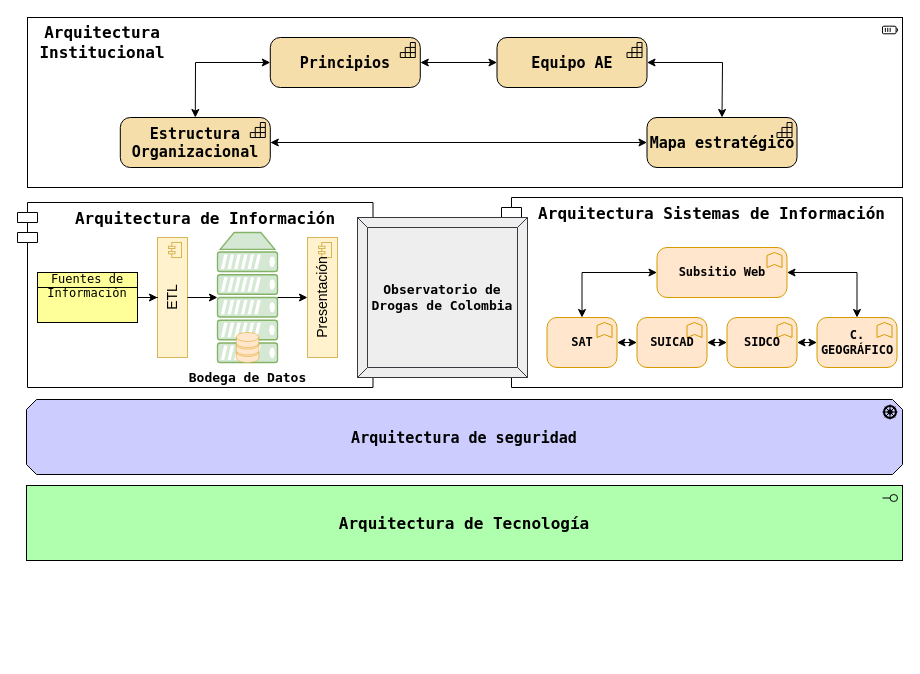
Above: Arq_TOBE.drawio in luisedchaf/Drawio (draw.io), before the change. Source tidied: cells renumbered, new cells numbered last; positions are measured from the earlier drawing's top-left corner, leaving out a move shared by most shapes. Both pictures are drawn from the tidied source at 100%, with x=0, y=0 at pixel (17, 17). Pictures stored in the file or linked from it are replaced by grey dashed boxes.
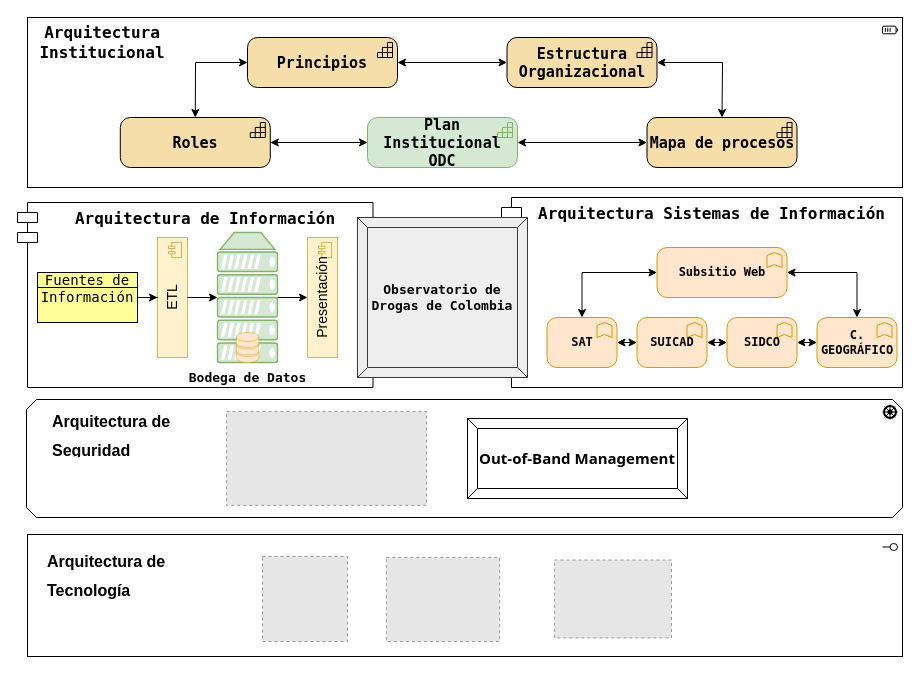
Above is the later version.

The change refers to these unchanged cells:
```xml
<mxCell id="3" style="group;" parent="1" vertex="1">
  <mxGeometry y="185" width="355.5" height="190" as="geometry" />
</mxCell>
```

The edit, as a diff of the source:
```diff
@@
+    <mxCell id="36" style="html=1;whiteSpace=wrap;fillColor=none;shape=mxgraph.archimate3.application;appType=resource;archiType=square;" parent="1" vertex="1">
+      <mxGeometry x="10" width="875" height="170" as="geometry" />
+    </mxCell>
@@
-    <mxCell id="13" value="Fuentes de Información" style="html=1;outlineConnect=0;whiteSpace=wrap;fillColor=#ffff99;shape=mxgraph.archimate3.businessObject;overflow=fill;fontFamily=Lucida Console;fontStyle=0;" parent="3" vertex="1">
+    <mxCell id="13" value="&lt;font style=&quot;font-size: 14px;&quot;&gt;Fuentes de Información&lt;/font&gt;" style="html=1;outlineConnect=0;whiteSpace=wrap;fillColor=#ffff99;shape=mxgraph.archimate3.businessObject;overflow=fill;fontFamily=Lucida Console;fontStyle=0;" parent="3" vertex="1">
       <mxGeometry x="20" y="70" width="100" height="50" as="geometry" />
     </mxCell>
@@
-    <mxCell id="26" value="Arquitectura de Tecnología" style="html=1;whiteSpace=wrap;fillColor=#AFFFAF;shape=mxgraph.archimate3.application;appType=interface;archiType=square;fontFamily=Lucida Console;fontSize=16;fontStyle=1;" parent="1" vertex="1">
-      <mxGeometry x="9" y="468" width="876" height="75" as="geometry" />
+    <mxCell id="26" style="html=1;whiteSpace=wrap;fillColor=none;shape=mxgraph.archimate3.application;appType=interface;archiType=square;fontFamily=Lucida Console;fontSize=16;fontStyle=1;" parent="1" vertex="1">
+      <mxGeometry x="10" y="517" width="875" height="122" as="geometry" />
     </mxCell>
-    <mxCell id="27" value="Arquitectura de seguridad" style="html=1;whiteSpace=wrap;fillColor=#CCCCFF;shape=mxgraph.archimate3.application;appType=driver;archiType=oct;fontSize=15;fontFamily=Lucida Console;fontStyle=1;" parent="1" vertex="1">
-      <mxGeometry x="9" y="382" width="876" height="75" as="geometry" />
+    <mxCell id="27" style="html=1;whiteSpace=wrap;fillColor=none;shape=mxgraph.archimate3.application;appType=driver;archiType=oct;fontSize=15;fontFamily=Lucida Console;fontStyle=1;" parent="1" vertex="1">
+      <mxGeometry x="9" y="382" width="876" height="118" as="geometry" />
     </mxCell>
-    <mxCell id="28" value="Estructura Organizacional" style="html=1;outlineConnect=0;whiteSpace=wrap;fillColor=#F5DEAA;shape=mxgraph.archimate3.application;appType=capability;archiType=rounded;fontSize=15;fontFamily=Lucida Console;fontStyle=1;" parent="1" vertex="1">
-      <mxGeometry x="102.8" y="100" width="150" height="50" as="geometry" />
-    </mxCell>
-    <mxCell id="29" value="Mapa estratégico" style="html=1;outlineConnect=0;whiteSpace=wrap;fillColor=#F5DEAA;shape=mxgraph.archimate3.application;appType=capability;archiType=rounded;fontSize=15;fontFamily=Lucida Console;fontStyle=1;" parent="1" vertex="1">
-      <mxGeometry x="629.5" y="100" width="150" height="50" as="geometry" />
-    </mxCell>
     <mxCell id="30" value="Principios" style="html=1;outlineConnect=0;whiteSpace=wrap;fillColor=#F5DEAA;shape=mxgraph.archimate3.application;appType=capability;archiType=rounded;fontSize=15;fontFamily=Lucida Console;fontStyle=1;" parent="1" vertex="1">
-      <mxGeometry x="252.8" y="20" width="150" height="50" as="geometry" />
+      <mxGeometry x="230" y="20" width="150" height="50" as="geometry" />
     </mxCell>
-    <mxCell id="31" value="Equipo AE" style="html=1;outlineConnect=0;whiteSpace=wrap;fillColor=#F5DEAA;shape=mxgraph.archimate3.application;appType=capability;archiType=rounded;fontSize=15;fontFamily=Lucida Console;fontStyle=1;" parent="1" vertex="1">
-      <mxGeometry x="479.5" y="20" width="150" height="50" as="geometry" />
-    </mxCell>
-    <mxCell id="32" style="endArrow=classic;startArrow=classic;html=1;rounded=0;entryX=0;entryY=0.5;entryDx=0;entryDy=0;entryPerimeter=0;exitX=0.5;exitY=0;exitDx=0;exitDy=0;exitPerimeter=0;" parent="1" edge="1" source="28" target="30">
+    <mxCell id="32" style="endArrow=classic;startArrow=classic;html=1;rounded=0;entryX=0;entryY=0.5;entryDx=0;entryDy=0;entryPerimeter=0;exitX=0.5;exitY=0;exitDx=0;exitDy=0;exitPerimeter=0;" parent="1" edge="1" target="30">
       <mxGeometry relative="1" as="geometry">
+        <mxPoint x="177.8" y="100" as="sourcePoint" />
         <Array as="points">
           <mxPoint x="178" y="45" />
         </Array>
       </mxGeometry>
     </mxCell>
-    <mxCell id="33" style="endArrow=classic;startArrow=classic;html=1;rounded=0;exitX=1;exitY=0.5;exitDx=0;exitDy=0;exitPerimeter=0;entryX=0;entryY=0.5;entryDx=0;entryDy=0;entryPerimeter=0;" parent="1" edge="1" source="28" target="29">
-      <mxGeometry relative="1" as="geometry" />
+    <mxCell id="33" style="endArrow=classic;startArrow=classic;html=1;rounded=0;exitX=1;exitY=0.5;exitDx=0;exitDy=0;exitPerimeter=0;entryX=0;entryY=0.5;entryDx=0;entryDy=0;entryPerimeter=0;" parent="1" edge="1">
+      <mxGeometry relative="1" as="geometry">
+        <mxPoint x="500" y="125" as="sourcePoint" />
+        <mxPoint x="629.5" y="125" as="targetPoint" />
+      </mxGeometry>
     </mxCell>
-    <mxCell id="34" style="endArrow=classic;startArrow=classic;html=1;rounded=0;entryX=0;entryY=0.5;entryDx=0;entryDy=0;entryPerimeter=0;exitX=1;exitY=0.5;exitDx=0;exitDy=0;exitPerimeter=0;" parent="1" edge="1" source="30" target="31">
-      <mxGeometry relative="1" as="geometry" />
+    <mxCell id="34" style="endArrow=classic;startArrow=classic;html=1;rounded=0;entryX=0;entryY=0.5;entryDx=0;entryDy=0;entryPerimeter=0;exitX=1;exitY=0.5;exitDx=0;exitDy=0;exitPerimeter=0;" parent="1" edge="1" source="30">
+      <mxGeometry relative="1" as="geometry">
+        <mxPoint x="489.5" y="45" as="targetPoint" />
+      </mxGeometry>
     </mxCell>
-    <mxCell id="35" style="endArrow=classic;startArrow=classic;html=1;rounded=0;entryX=1;entryY=0.5;entryDx=0;entryDy=0;entryPerimeter=0;exitX=0.5;exitY=0;exitDx=0;exitDy=0;exitPerimeter=0;" parent="1" edge="1" source="29" target="31">
+    <mxCell id="35" style="endArrow=classic;startArrow=classic;html=1;rounded=0;entryX=1;entryY=0.5;entryDx=0;entryDy=0;entryPerimeter=0;exitX=0.5;exitY=0;exitDx=0;exitDy=0;exitPerimeter=0;" parent="1" edge="1">
       <mxGeometry relative="1" as="geometry">
+        <mxPoint x="704.5" y="100" as="sourcePoint" />
+        <mxPoint x="639.5" y="45" as="targetPoint" />
         <Array as="points">
           <mxPoint x="705" y="45" />
         </Array>
       </mxGeometry>
     </mxCell>
-    <mxCell id="36" style="html=1;whiteSpace=wrap;fillColor=none;shape=mxgraph.archimate3.application;appType=resource;archiType=square;" parent="1" vertex="1">
-      <mxGeometry x="10" width="875" height="170" as="geometry" />
-    </mxCell>
@@
+    <mxCell id="38" style="endArrow=classic;startArrow=classic;html=1;rounded=0;exitX=1;exitY=0.5;exitDx=0;exitDy=0;exitPerimeter=0;entryX=0;entryY=0.5;entryDx=0;entryDy=0;entryPerimeter=0;" parent="1" edge="1">
+      <mxGeometry relative="1" as="geometry">
+        <mxPoint x="252.8" y="125" as="sourcePoint" />
+        <mxPoint x="350" y="125" as="targetPoint" />
+      </mxGeometry>
+    </mxCell>
+    <mxCell id="39" value="Roles" style="html=1;whiteSpace=wrap;fillColor=#F5DEAA;shape=mxgraph.archimate3.application;appType=capability;archiType=rounded;fontSize=15;fontFamily=Lucida Console;fontStyle=1;" parent="1" vertex="1">
+      <mxGeometry x="102.8" y="100" width="150" height="50" as="geometry" />
+    </mxCell>
+    <mxCell id="28" value="Estructura Organizacional" style="html=1;outlineConnect=0;whiteSpace=wrap;fillColor=#F5DEAA;shape=mxgraph.archimate3.application;appType=capability;archiType=rounded;fontSize=15;fontFamily=Lucida Console;fontStyle=1;" parent="1" vertex="1">
+      <mxGeometry x="489.5" y="20" width="150" height="50" as="geometry" />
+    </mxCell>
+    <mxCell id="40" value="Mapa de procesos" style="html=1;whiteSpace=wrap;fillColor=#F5DEAA;shape=mxgraph.archimate3.application;appType=capability;archiType=rounded;fontSize=15;fontFamily=Lucida Console;fontStyle=1;" parent="1" vertex="1">
+      <mxGeometry x="629.5" y="100" width="150" height="50" as="geometry" />
+    </mxCell>
+    <mxCell id="41" value="Plan Institucional ODC" style="html=1;whiteSpace=wrap;fillColor=#d5e8d4;shape=mxgraph.archimate3.application;appType=capability;archiType=rounded;fontSize=15;fontFamily=Lucida Console;fontStyle=1;strokeColor=#82b366;" parent="1" vertex="1">
+      <mxGeometry x="350" y="100" width="150" height="50" as="geometry" />
+    </mxCell>
+    <mxCell id="42" style="group;" parent="1" vertex="1">
+      <mxGeometry x="245" y="539" width="439" height="85" as="geometry" />
+    </mxCell>
+    <mxCell id="43" style="fillColor=#E6E6E6;strokeColor=#999999;dashed=1;verticalLabelPosition=bottom;labelBackgroundColor=default;verticalAlign=top;" parent="42" vertex="1">
+      <mxGeometry width="85" height="85" as="geometry" />
+    </mxCell>
+    <mxCell id="44" style="fillColor=#E6E6E6;strokeColor=#999999;dashed=1;verticalLabelPosition=bottom;labelBackgroundColor=default;verticalAlign=top;" parent="42" vertex="1">
+      <mxGeometry x="292" y="3.5" width="117" height="77.9" as="geometry" />
+    </mxCell>
+    <mxCell id="45" style="fillColor=#E6E6E6;strokeColor=#999999;dashed=1;verticalLabelPosition=bottom;labelBackgroundColor=default;verticalAlign=top;" parent="42" vertex="1">
+      <mxGeometry x="123.8" y="0.9" width="113.3" height="84.1" as="geometry" />
+    </mxCell>
+    <mxCell id="46" value="&lt;h1&gt;&lt;font style=&quot;font-size: 16px;&quot;&gt;Arquitectura de Tecnología&lt;/font&gt;&lt;/h1&gt;" style="text;html=1;spacing=5;spacingTop=-20;whiteSpace=wrap;overflow=hidden;rounded=0;" parent="1" vertex="1">
+      <mxGeometry x="25" y="521.5" width="190" height="65.5" as="geometry" />
+    </mxCell>
+    <mxCell id="47" style="fillColor=#E6E6E6;strokeColor=#999999;dashed=1;verticalLabelPosition=bottom;labelBackgroundColor=default;verticalAlign=top;" parent="1" vertex="1">
+      <mxGeometry x="209" y="394.1" width="200" height="93.8" as="geometry" />
+    </mxCell>
+    <mxCell id="48" value="&lt;span style=&quot;font-family: Söhne, ui-sans-serif, system-ui, -apple-system, &amp;quot;Segoe UI&amp;quot;, Roboto, Ubuntu, Cantarell, &amp;quot;Noto Sans&amp;quot;, sans-serif, &amp;quot;Helvetica Neue&amp;quot;, Arial, &amp;quot;Apple Color Emoji&amp;quot;, &amp;quot;Segoe UI Emoji&amp;quot;, &amp;quot;Segoe UI Symbol&amp;quot;, &amp;quot;Noto Color Emoji&amp;quot;; text-align: start; white-space-collapse: preserve;&quot;&gt;&lt;b style=&quot;&quot;&gt;&lt;font style=&quot;font-size: 15px;&quot;&gt;Out-of-Band Management&lt;/font&gt;&lt;/b&gt;&lt;/span&gt;" style="labelPosition=center;verticalLabelPosition=middle;align=center;html=1;shape=mxgraph.basic.button;dx=10;whiteSpace=wrap;" parent="1" vertex="1">
+      <mxGeometry x="450" y="401" width="220" height="80" as="geometry" />
+    </mxCell>
+    <mxCell id="49" value="&lt;h1&gt;&lt;font style=&quot;font-size: 16px;&quot;&gt;Arquitectura de Seguridad&amp;nbsp;&lt;/font&gt;&lt;/h1&gt;" style="text;html=1;spacing=5;spacingTop=-20;whiteSpace=wrap;overflow=hidden;rounded=0;" parent="1" vertex="1">
+      <mxGeometry x="30" y="382" width="190" height="58" as="geometry" />
+    </mxCell>
```
